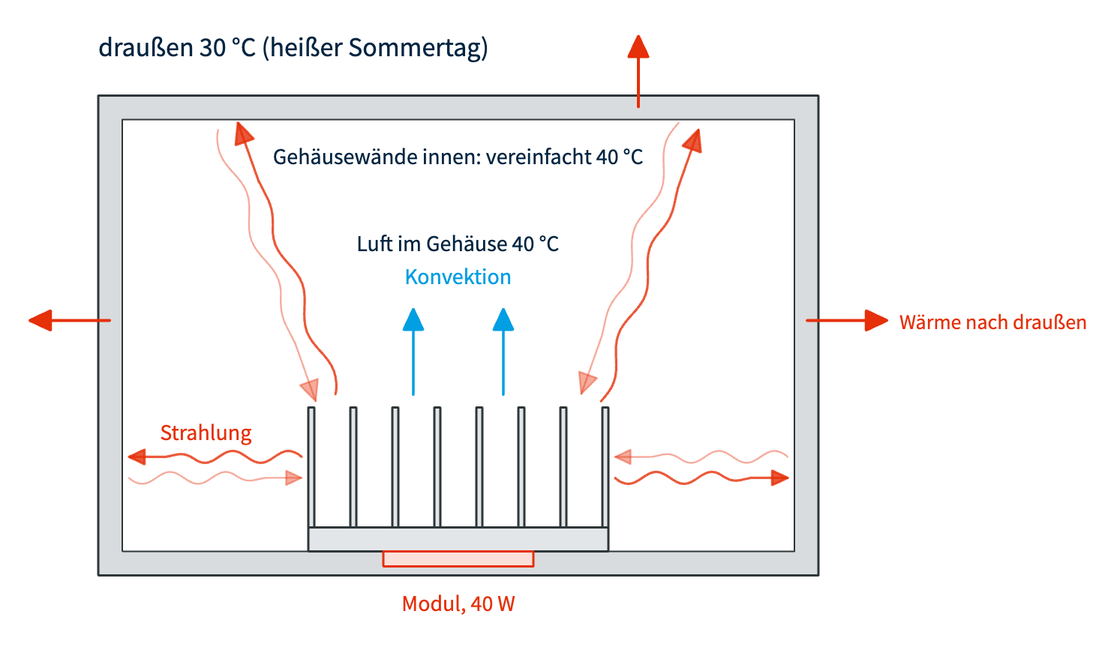
Before: docs/P2_Randbedingungen/images/p2_gehaeuse.excalidraw.png, a diagram exported from Excalidraw (prof-schoenfelder-lab/Thermische-Analyse). Source tidied: one line per element, renumbered; positions are measured from the earlier drawing's top-left corner, leaving out a move shared by most shapes.
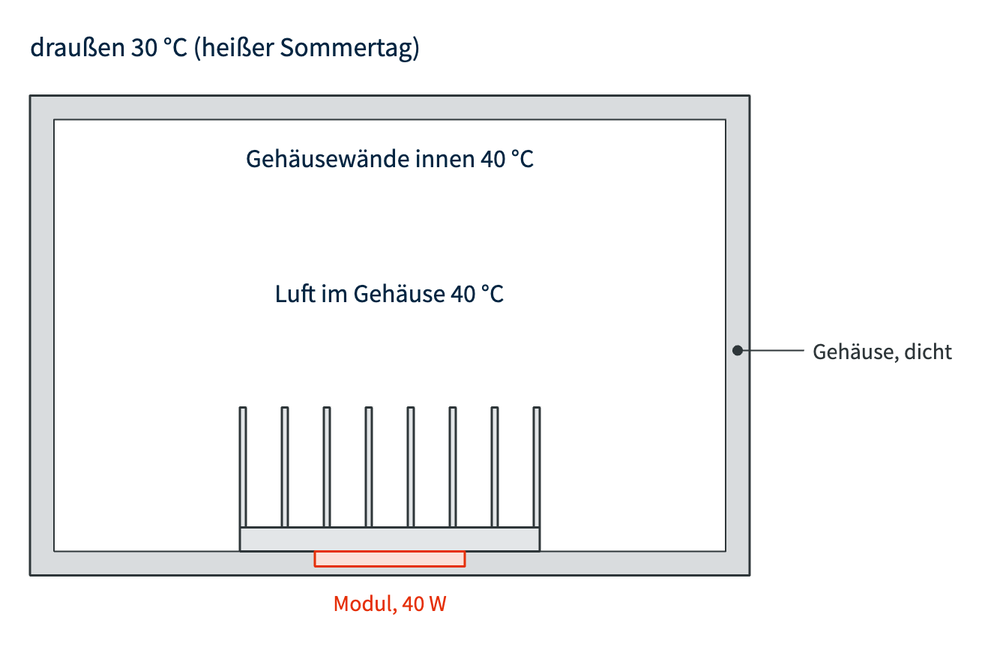
Above is the later version.

What changed in the source:
```diff
@@ -1,32 +1,19 @@
-{"id": 0, "type": "rectangle", "strokeColor": "#2E3639", "backgroundColor": "#d9dcde", "fillStyle": "solid", "strokeWidth": 1.5, "roughness": 0, "x": 46, "y": 44, "width": 480, "height": 320}
-{"id": 1, "type": "rectangle", "strokeColor": "#2E3639", "backgroundColor": "#ffffff", "fillStyle": "solid", "strokeWidth": 1, "roughness": 0, "x": 62, "y": 60, "width": 448, "height": 288}
-{"id": 2, "type": "rectangle", "strokeColor": "#2E3639", "backgroundColor": "#e3e6e8", "fillStyle": "solid", "strokeWidth": 1.5, "roughness": 0, "x": 186, "y": 332, "width": 200, "height": 16}
-{"id": 3, "type": "rectangle", "strokeColor": "#2E3639", "backgroundColor": "#e3e6e8", "fillStyle": "solid", "strokeWidth": 1.5, "roughness": 0, "x": 186, "y": 252, "width": 4, "height": 80}
-{"id": 4, "type": "rectangle", "strokeColor": "#2E3639", "backgroundColor": "#e3e6e8", "fillStyle": "solid", "strokeWidth": 1.5, "roughness": 0, "x": 214, "y": 252, "width": 4, "height": 80}
-{"id": 5, "type": "rectangle", "strokeColor": "#2E3639", "backgroundColor": "#e3e6e8", "fillStyle": "solid", "strokeWidth": 1.5, "roughness": 0, "x": 242, "y": 252, "width": 4, "height": 80}
-{"id": 6, "type": "rectangle", "strokeColor": "#2E3639", "backgroundColor": "#e3e6e8", "fillStyle": "solid", "strokeWidth": 1.5, "roughness": 0, "x": 270, "y": 252, "width": 4, "height": 80}
-{"id": 7, "type": "rectangle", "strokeColor": "#2E3639", "backgroundColor": "#e3e6e8", "fillStyle": "solid", "strokeWidth": 1.5, "roughness": 0, "x": 298, "y": 252, "width": 4, "height": 80}
-{"id": 8, "type": "rectangle", "strokeColor": "#2E3639", "backgroundColor": "#e3e6e8", "fillStyle": "solid", "strokeWidth": 1.5, "roughness": 0, "x": 326, "y": 252, "width": 4, "height": 80}
-{"id": 9, "type": "rectangle", "strokeColor": "#2E3639", "backgroundColor": "#e3e6e8", "fillStyle": "solid", "strokeWidth": 1.5, "roughness": 0, "x": 354, "y": 252, "width": 4, "height": 80}
-{"id": 10, "type": "rectangle", "strokeColor": "#2E3639", "backgroundColor": "#e3e6e8", "fillStyle": "solid", "strokeWidth": 1.5, "roughness": 0, "x": 382, "y": 252, "width": 4, "height": 80}
-{"id": 11, "type": "rectangle", "strokeColor": "#E53009", "backgroundColor": "#fbe0d9", "fillStyle": "solid", "strokeWidth": 1.5, "roughness": 0, "x": 236, "y": 348, "width": 100, "height": 10}
+{"id": 32, "type": "rectangle", "strokeColor": "#2E3639", "backgroundColor": "#d9dcde", "fillStyle": "solid", "strokeWidth": 1.5, "roughness": 0, "x": 46, "y": 44, "width": 480, "height": 320}
+{"id": 33, "type": "rectangle", "strokeColor": "#2E3639", "backgroundColor": "#ffffff", "fillStyle": "solid", "strokeWidth": 1, "roughness": 0, "x": 62, "y": 60, "width": 448, "height": 288}
+{"id": 34, "type": "rectangle", "strokeColor": "#2E3639", "backgroundColor": "#e3e6e8", "fillStyle": "solid", "strokeWidth": 1.5, "roughness": 0, "x": 186, "y": 332, "width": 200, "height": 16}
+{"id": 35, "type": "rectangle", "strokeColor": "#2E3639", "backgroundColor": "#e3e6e8", "fillStyle": "solid", "strokeWidth": 1.5, "roughness": 0, "x": 186, "y": 252, "width": 4, "height": 80}
+{"id": 36, "type": "rectangle", "strokeColor": "#2E3639", "backgroundColor": "#e3e6e8", "fillStyle": "solid", "strokeWidth": 1.5, "roughness": 0, "x": 214, "y": 252, "width": 4, "height": 80}
+{"id": 37, "type": "rectangle", "strokeColor": "#2E3639", "backgroundColor": "#e3e6e8", "fillStyle": "solid", "strokeWidth": 1.5, "roughness": 0, "x": 242, "y": 252, "width": 4, "height": 80}
+{"id": 38, "type": "rectangle", "strokeColor": "#2E3639", "backgroundColor": "#e3e6e8", "fillStyle": "solid", "strokeWidth": 1.5, "roughness": 0, "x": 270, "y": 252, "width": 4, "height": 80}
+{"id": 39, "type": "rectangle", "strokeColor": "#2E3639", "backgroundColor": "#e3e6e8", "fillStyle": "solid", "strokeWidth": 1.5, "roughness": 0, "x": 298, "y": 252, "width": 4, "height": 80}
+{"id": 40, "type": "rectangle", "strokeColor": "#2E3639", "backgroundColor": "#e3e6e8", "fillStyle": "solid", "strokeWidth": 1.5, "roughness": 0, "x": 326, "y": 252, "width": 4, "height": 80}
+{"id": 41, "type": "rectangle", "strokeColor": "#2E3639", "backgroundColor": "#e3e6e8", "fillStyle": "solid", "strokeWidth": 1.5, "roughness": 0, "x": 354, "y": 252, "width": 4, "height": 80}
+{"id": 42, "type": "rectangle", "strokeColor": "#2E3639", "backgroundColor": "#e3e6e8", "fillStyle": "solid", "strokeWidth": 1.5, "roughness": 0, "x": 382, "y": 252, "width": 4, "height": 80}
+{"id": 43, "type": "rectangle", "strokeColor": "#E53009", "backgroundColor": "#fbe0d9", "fillStyle": "solid", "strokeWidth": 1.5, "roughness": 0, "x": 236, "y": 348, "width": 100, "height": 10}
 {"id": 12, "type": "text", "text": "Modul, 40 W", "strokeColor": "#E53009", "strokeWidth": 2, "roughness": 0, "fontSize": 15, "fontFamily": 4, "x": 248, "y": 373, "width": 76, "height": 19}
-{"id": 13, "type": "arrow", "strokeColor": "#009EE3", "strokeWidth": 1.8, "roughness": 0, "endArrowhead": "triangle", "x": 256, "y": 243, "width": 0, "height": 58, "points": [[0, 0], [0, -57]]}
-{"id": 14, "type": "arrow", "strokeColor": "#009EE3", "strokeWidth": 1.8, "roughness": 0, "endArrowhead": "triangle", "x": 316, "y": 243, "width": 0, "height": 58, "points": [[0, 0], [0, -57]]}
-{"id": 15, "type": "text", "text": "Konvektion", "strokeColor": "#009EE3", "strokeWidth": 2, "roughness": 0, "fontSize": 15, "fontFamily": 4, "x": 250, "y": 155, "width": 72, "height": 19}
-{"id": 16, "type": "text", "text": "Luft im Gehäuse 40 °C", "strokeColor": "#022541", "strokeWidth": 2, "roughness": 0, "fontSize": 15, "fontFamily": 4, "x": 218, "y": 133, "width": 135, "height": 19}
+{"id": 16, "type": "text", "text": "Luft im Gehäuse 40 °C", "strokeColor": "#022541", "strokeWidth": 2, "roughness": 0, "fontSize": 17, "fontFamily": 4, "x": 209, "y": 165, "width": 153, "height": 21}
-{"id": 17, "type": "arrow", "strokeColor": "#E53009", "strokeWidth": 1.6, "roughness": 0, "opacity": 80, "endArrowhead": "triangle", "round": true, "x": 181, "y": 285, "width": 116, "height": 8, "points": [[0, 0], [-2, -2], [-4, -3], [-6, -4], [-9, -4], [-11, -4], [-13, -3], [-16, -2], [-18, 0], [-20, 2], [-23, 3], [-25, 4], [-27, 4], [-30, 4], [-32, 3], [-34, 2], [-37, 0], [-39, -2], [-41, -3], [-44, -4], [-46, -4], [-48, -4], [-51, -3], [-53, -2], [-55, 0], [-58, 2], [-60, 3], [-62, 4], [-64, 4], [-67, 4], [-69, 3], [-71, 1], [-74, 0], [-76, -1], [-78, -2], [-81, -2], [-83, -2], [-85, -1], [-88, -1], [-90, 0], [-92, 0], [-115, 0]]}
-{"id": 18, "type": "arrow", "strokeColor": "#E53009", "strokeWidth": 1.2, "roughness": 0, "opacity": 40, "endArrowhead": "triangle", "round": true, "x": 66, "y": 299, "width": 116, "height": 8, "points": [[0, 0], [2, 2], [4, 3], [6, 4], [9, 4], [11, 4], [13, 3], [16, 2], [18, 0], [20, -2], [23, -3], [25, -4], [27, -4], [30, -4], [32, -3], [34, -2], [37, 0], [39, 2], [41, 3], [44, 4], [46, 4], [48, 4], [51, 3], [53, 2], [55, 0], [58, -2], [60, -3], [62, -4], [64, -4], [67, -4], [69, -3], [71, -1], [74, 0], [76, 1], [78, 2], [81, 2], [83, 2], [85, 1], [88, 1], [90, 0], [92, 0], [115, 0]]}
-{"id": 19, "type": "arrow", "strokeColor": "#E53009", "strokeWidth": 1.6, "roughness": 0, "opacity": 80, "endArrowhead": "triangle", "round": true, "x": 390, "y": 299, "width": 116, "height": 8, "points": [[0, 0], [2, 2], [4, 3], [6, 4], [9, 4], [11, 4], [13, 3], [16, 2], [18, 0], [20, -2], [23, -3], [25, -4], [27, -4], [30, -4], [32, -3], [34, -2], [37, 0], [39, 2], [41, 3], [44, 4], [46, 4], [48, 4], [51, 3], [53, 2], [55, 0], [58, -2], [60, -3], [62, -4], [64, -4], [67, -4], [69, -3], [71, -1], [74, 0], [76, 1], [78, 2], [81, 2], [83, 2], [85, 1], [88, 1], [90, 0], [92, 0], [115, 0]]}
-{"id": 20, "type": "arrow", "strokeColor": "#E53009", "strokeWidth": 1.2, "roughness": 0, "opacity": 40, "endArrowhead": "triangle", "round": true, "x": 505, "y": 285, "width": 116, "height": 8, "points": [[0, 0], [-2, -2], [-4, -3], [-6, -4], [-9, -4], [-11, -4], [-13, -3], [-16, -2], [-18, 0], [-20, 2], [-23, 3], [-25, 4], [-27, 4], [-30, 4], [-32, 3], [-34, 2], [-37, 0], [-39, -2], [-41, -3], [-44, -4], [-46, -4], [-48, -4], [-51, -3], [-53, -2], [-55, 0], [-58, 2], [-60, 3], [-62, 4], [-64, 4], [-67, 4], [-69, 3], [-71, 1], [-74, 0], [-76, -1], [-78, -2], [-81, -2], [-83, -2], [-85, -1], [-88, -1], [-90, 0], [-92, 0], [-115, 0]]}
-{"id": 21, "type": "arrow", "strokeColor": "#E53009", "strokeWidth": 1.6, "roughness": 0, "opacity": 80, "endArrowhead": "triangle", "round": true, "x": 204, "y": 243, "width": 66, "height": 182, "points": [[0, 0], [1, -4], [1, -8], [0, -12], [-1, -15], [-3, -19], [-5, -22], [-7, -26], [-10, -29], [-13, -32], [-15, -35], [-17, -38], [-19, -42], [-20, -46], [-21, -49], [-21, -54], [-21, -58], [-21, -62], [-21, -66], [-21, -70], [-22, -74], [-24, -77], [-26, -81], [-28, -84], [-31, -87], [-34, -90], [-36, -93], [-39, -97], [-40, -100], [-41, -104], [-42, -108], [-42, -112], [-42, -116], [-42, -120], [-43, -124], [-44, -128], [-46, -131], [-47, -135], [-49, -138], [-51, -142], [-52, -145], [-65, -181]]}
-{"id": 22, "type": "arrow", "strokeColor": "#E53009", "strokeWidth": 1.2, "roughness": 0, "opacity": 40, "endArrowhead": "triangle", "round": true, "x": 125, "y": 67, "width": 66, "height": 182, "points": [[0, 0], [-1, 4], [-1, 8], [0, 12], [1, 15], [3, 19], [5, 22], [7, 26], [10, 29], [13, 32], [15, 35], [17, 38], [19, 42], [20, 46], [21, 49], [21, 54], [21, 58], [21, 62], [21, 66], [21, 70], [22, 74], [24, 77], [26, 81], [28, 84], [31, 87], [34, 90], [36, 93], [39, 97], [40, 100], [41, 104], [42, 108], [42, 112], [42, 116], [42, 120], [43, 124], [44, 128], [46, 131], [47, 135], [49, 138], [51, 142], [52, 145], [65, 181]]}
-{"id": 23, "type": "arrow", "strokeColor": "#E53009", "strokeWidth": 1.6, "roughness": 0, "opacity": 80, "endArrowhead": "triangle", "round": true, "x": 381, "y": 248, "width": 66, "height": 182, "points": [[0, 0], [2, -3], [5, -6], [7, -9], [9, -13], [10, -16], [10, -20], [10, -24], [10, -29], [10, -33], [10, -37], [11, -41], [12, -45], [13, -48], [15, -51], [18, -55], [21, -58], [23, -61], [26, -64], [28, -67], [30, -71], [31, -75], [31, -79], [31, -83], [31, -87], [31, -91], [31, -95], [32, -99], [33, -103], [34, -106], [36, -110], [39, -113], [42, -116], [44, -119], [46, -123], [47, -126], [49, -130], [49, -134], [50, -138], [51, -141], [52, -145], [65, -181]]}
-{"id": 24, "type": "arrow", "strokeColor": "#E53009", "strokeWidth": 1.2, "roughness": 0, "opacity": 40, "endArrowhead": "triangle", "round": true, "x": 432, "y": 62, "width": 66, "height": 182, "points": [[0, 0], [-2, 3], [-5, 6], [-7, 9], [-9, 13], [-10, 16], [-10, 20], [-10, 24], [-10, 29], [-10, 33], [-10, 37], [-11, 41], [-12, 45], [-13, 48], [-15, 51], [-18, 55], [-21, 58], [-23, 61], [-26, 64], [-28, 67], [-30, 71], [-31, 75], [-31, 79], [-31, 83], [-31, 87], [-31, 91], [-31, 95], [-32, 99], [-33, 103], [-34, 106], [-36, 110], [-39, 113], [-42, 116], [-44, 119], [-46, 123], [-47, 126], [-49, 130], [-49, 134], [-50, 138], [-51, 141], [-52, 145], [-65, 181]]}
-{"id": 25, "type": "text", "text": "Strahlung", "strokeColor": "#E53009", "strokeWidth": 2, "roughness": 0, "fontSize": 15, "fontFamily": 4, "x": 87, "y": 259, "width": 61, "height": 19}
-{"id": 26, "type": "text", "text": "Gehäusewände innen: vereinfacht 40 °C", "strokeColor": "#022541", "strokeWidth": 2, "roughness": 0, "fontSize": 15, "fontFamily": 4, "x": 162, "y": 75, "width": 247, "height": 19}
-{"id": 27, "type": "arrow", "strokeColor": "#E53009", "strokeWidth": 2, "roughness": 0, "endArrowhead": "triangle", "x": 53, "y": 194, "width": 54, "height": 0, "points": [[0, 0], [-53, 0]]}
-{"id": 28, "type": "arrow", "strokeColor": "#E53009", "strokeWidth": 2, "roughness": 0, "endArrowhead": "triangle", "x": 518, "y": 194, "width": 54, "height": 0, "points": [[0, 0], [53, 0]]}
-{"id": 29, "type": "arrow", "strokeColor": "#E53009", "strokeWidth": 2, "roughness": 0, "endArrowhead": "triangle", "x": 406, "y": 51, "width": 0, "height": 48, "points": [[0, 0], [0, -47]]}
-{"id": 30, "type": "text", "text": "Wärme nach draußen", "strokeColor": "#E53009", "strokeWidth": 2, "roughness": 0, "fontSize": 14, "fontFamily": 4, "x": 580, "y": 186, "width": 125, "height": 18}
+{"id": 44, "type": "text", "text": "Gehäusewände innen 40 °C", "strokeColor": "#022541", "strokeWidth": 2, "roughness": 0, "fontSize": 17, "fontFamily": 4, "x": 189, "y": 75, "width": 192, "height": 21}
+{"id": 45, "type": "ellipse", "strokeColor": "#2E3639", "backgroundColor": "#2E3639", "fillStyle": "solid", "strokeWidth": 1, "roughness": 0, "x": 514, "y": 211, "width": 6, "height": 6}
+{"id": 46, "type": "line", "strokeColor": "#2E3639", "strokeWidth": 1, "roughness": 0, "x": 518, "y": 214, "width": 100, "height": 0, "points": [[0, 0], [44, 0]]}
+{"id": 47, "type": "text", "text": "Gehäuse, dicht", "strokeColor": "#2E3639", "strokeWidth": 2, "roughness": 0, "fontSize": 15, "fontFamily": 4, "x": 568, "y": 205, "width": 93, "height": 19}
 {"id": 31, "type": "text", "text": "draußen 30 °C (heißer Sommertag)", "strokeColor": "#022541", "strokeWidth": 2, "roughness": 0, "fontSize": 18, "fontFamily": 4, "x": 46, "y": 0, "width": 260, "height": 23}
```
